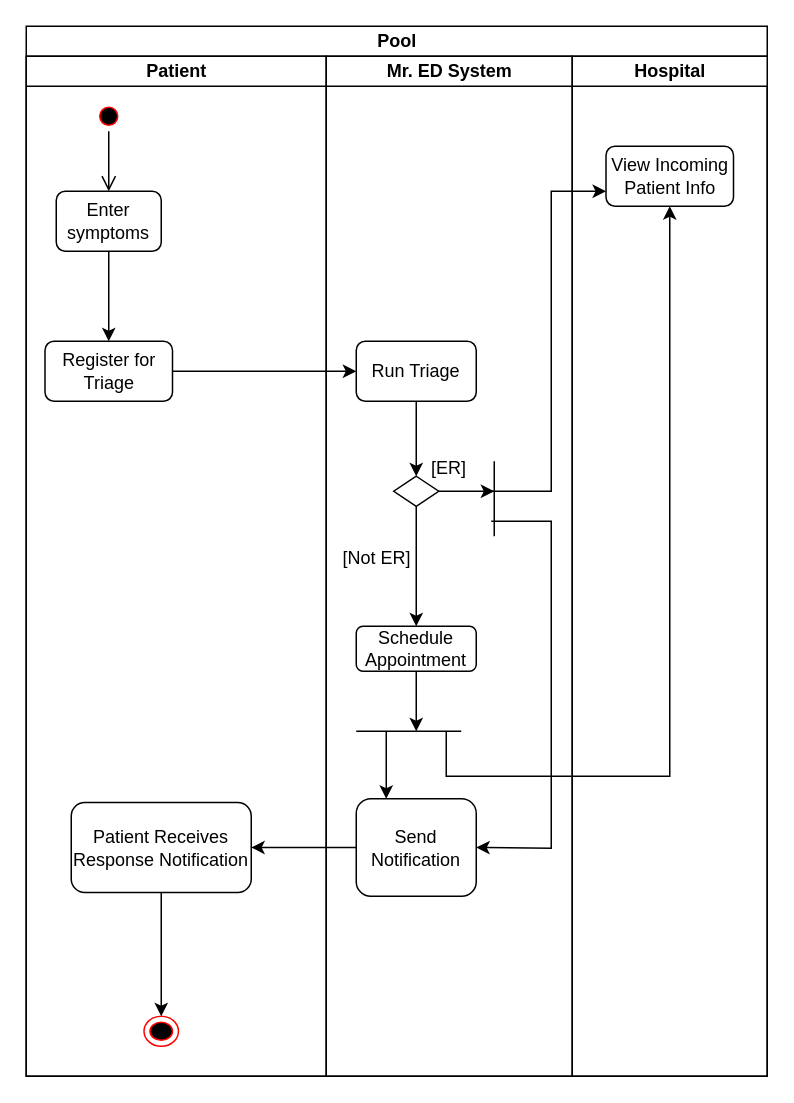
Earlier version of the draw.io diagram JustinWork/swimlane.drawio (SENG-350-2024-fall/Team9). Source tidied: cells renumbered, new cells numbered last; positions are measured from the earlier drawing's top-left corner, leaving out a move shared by most shapes. Both pictures are drawn from the tidied source at 150%, with x=0, y=0 at pixel (26, 26).
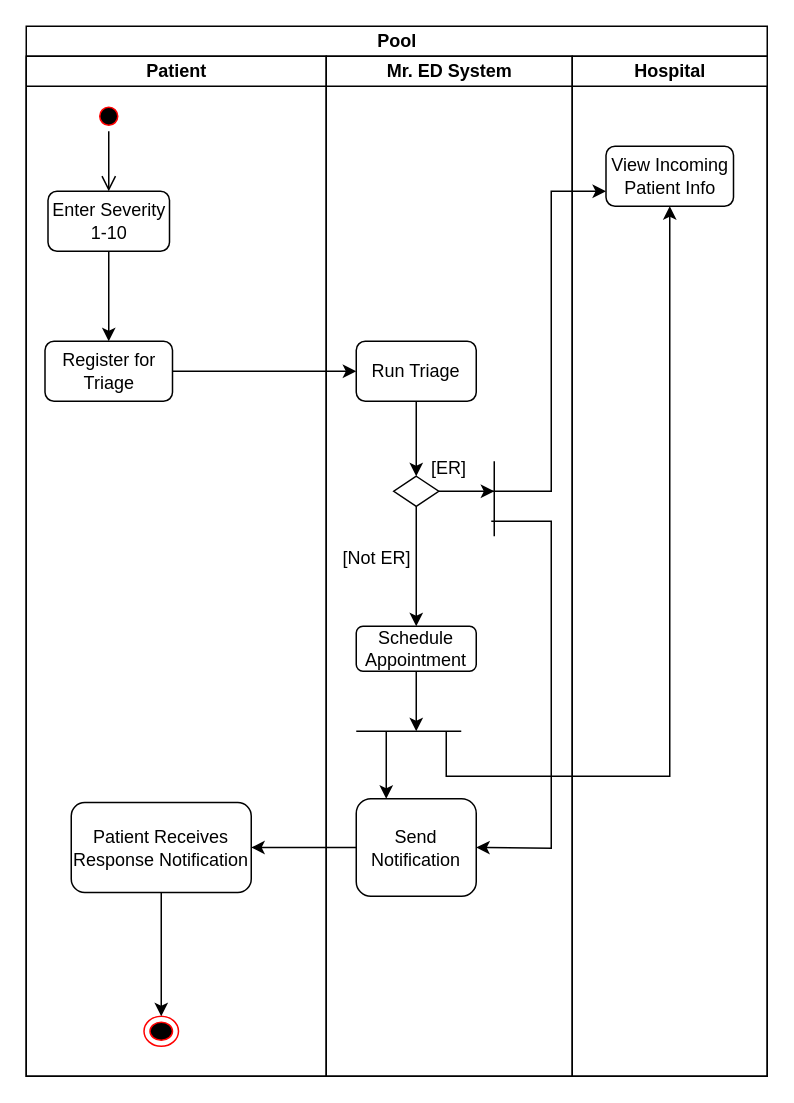
After the change.

The change refers to these unchanged cells:
```xml
<mxCell id="3" value="Patient" style="swimlane;startSize=20;html=1;" parent="2" vertex="1">
  <mxGeometry y="20" width="200" height="680" as="geometry" />
</mxCell>
```

The edit, as a diff of the source:
```diff
@@
-    <mxCell id="5" value="Enter symptoms" style="rounded=1;whiteSpace=wrap;html=1;" parent="3" vertex="1">
-      <mxGeometry x="20" y="90" width="70" height="40" as="geometry" />
+    <mxCell id="5" value="Enter Severity 1-10" style="rounded=1;whiteSpace=wrap;html=1;" parent="3" vertex="1">
+      <mxGeometry x="14.5" y="90" width="81" height="40" as="geometry" />
     </mxCell>
```
